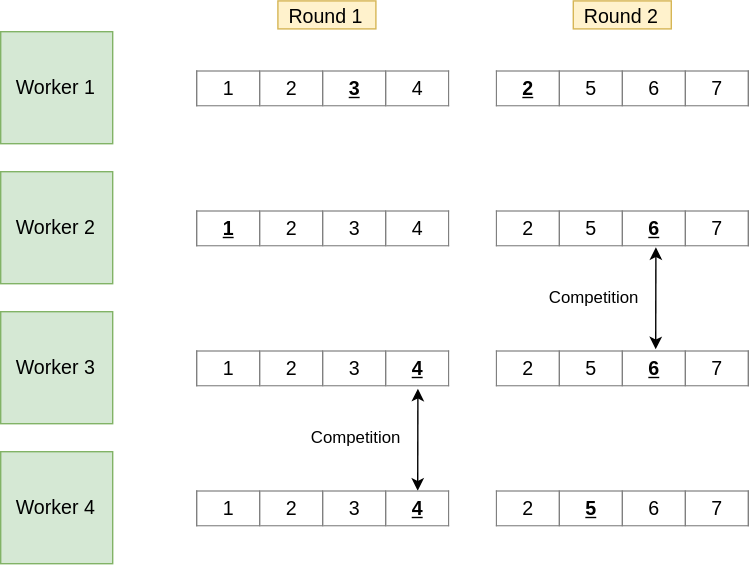
Before: static/queue02/optimized_optimistic.svg, a diagram exported from draw.io (ph4r05/devblog). Source tidied: cells renumbered, new cells last; positions are measured from the earlier drawing's top-left corner, leaving out a move shared by most shapes.
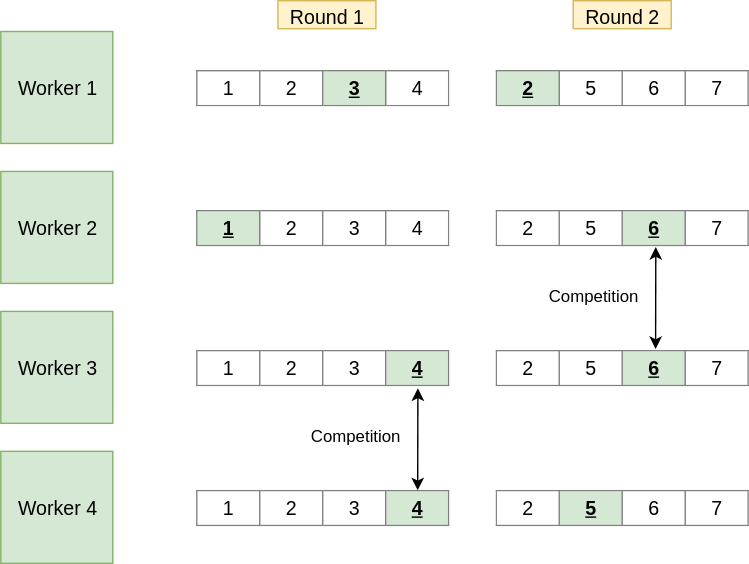
Later version of the same file.

Change to the diagram source:
```diff
@@ -1,4 +1,4 @@
-<mxGraphModel background="#ffffff">
+<mxGraphModel>
   <root>
     <mxCell id="0" />
     <mxCell id="1" parent="0" />
@@ -14,28 +14,28 @@
     <mxCell id="5" value="&lt;div style=&quot;text-align: center ; font-size: 14px&quot;&gt;&lt;span&gt;W&lt;font style=&quot;font-size: 14px&quot;&gt;orker 4&lt;/font&gt;&lt;/span&gt;&lt;/div&gt;" style="whiteSpace=wrap;html=1;shadow=0;comic=0;fillColor=#d5e8d4;align=center;strokeColor=#82b366;" parent="1" vertex="1">
       <mxGeometry y="322" width="80" height="80" as="geometry" />
     </mxCell>
-    <mxCell id="6" value="&lt;table border=&quot;1&quot; width=&quot;100%&quot; style=&quot;width: 100% ; height: 100% ; border-collapse: collapse&quot;&gt;&lt;tbody style=&quot;font-size: 14px&quot;&gt;&lt;tr&gt;&lt;td align=&quot;center&quot;&gt;&lt;font style=&quot;font-size: 14px&quot;&gt;1&lt;/font&gt;&lt;/td&gt;&lt;td align=&quot;center&quot;&gt;&lt;font style=&quot;font-size: 14px&quot;&gt;2&lt;/font&gt;&lt;/td&gt;&lt;td align=&quot;center&quot;&gt;&lt;b&gt;&lt;font style=&quot;font-size: 14px&quot;&gt;&lt;u&gt;3&lt;/u&gt;&lt;/font&gt;&lt;/b&gt;&lt;/td&gt;&lt;td&gt;&lt;font style=&quot;font-size: 14px&quot;&gt;4&lt;/font&gt;&lt;/td&gt;&lt;/tr&gt;&lt;/tbody&gt;&lt;/table&gt;" style="text;html=1;strokeColor=none;fillColor=none;overflow=fill;shadow=0;comic=0;align=center;" parent="1" vertex="1">
+    <mxCell id="6" value="&lt;table border=&quot;1&quot; width=&quot;100%&quot; style=&quot;width: 100% ; height: 100% ; border-collapse: collapse&quot;&gt;&lt;tbody style=&quot;font-size: 14px&quot;&gt;&lt;tr&gt;&lt;td align=&quot;center&quot;&gt;&lt;font style=&quot;font-size: 14px&quot;&gt;1&lt;/font&gt;&lt;/td&gt;&lt;td align=&quot;center&quot;&gt;&lt;font style=&quot;font-size: 14px&quot;&gt;2&lt;/font&gt;&lt;/td&gt;&lt;td align=&quot;center&quot; style=&quot;background-color: #d5e8d4&quot;&gt;&lt;b&gt;&lt;font style=&quot;font-size: 14px&quot;&gt;&lt;u&gt;3&lt;/u&gt;&lt;/font&gt;&lt;/b&gt;&lt;/td&gt;&lt;td&gt;&lt;font style=&quot;font-size: 14px&quot;&gt;4&lt;/font&gt;&lt;/td&gt;&lt;/tr&gt;&lt;/tbody&gt;&lt;/table&gt;" style="text;html=1;strokeColor=none;fillColor=none;overflow=fill;shadow=0;comic=0;align=center;" parent="1" vertex="1">
       <mxGeometry x="140" y="50" width="180" height="25" as="geometry" />
     </mxCell>
-    <mxCell id="7" value="&lt;table border=&quot;1&quot; width=&quot;100%&quot; style=&quot;width: 100% ; height: 100% ; border-collapse: collapse&quot;&gt;&lt;tbody style=&quot;font-size: 14px&quot;&gt;&lt;tr&gt;&lt;td align=&quot;center&quot;&gt;&lt;font style=&quot;font-size: 14px&quot;&gt;&lt;b&gt;&lt;u&gt;1&lt;/u&gt;&lt;/b&gt;&lt;/font&gt;&lt;/td&gt;&lt;td align=&quot;center&quot;&gt;&lt;font style=&quot;font-size: 14px&quot;&gt;2&lt;/font&gt;&lt;/td&gt;&lt;td align=&quot;center&quot;&gt;&lt;font style=&quot;font-size: 14px&quot;&gt;3&lt;/font&gt;&lt;/td&gt;&lt;td&gt;&lt;font style=&quot;font-size: 14px&quot;&gt;4&lt;/font&gt;&lt;/td&gt;&lt;/tr&gt;&lt;/tbody&gt;&lt;/table&gt;" style="text;html=1;strokeColor=none;fillColor=none;overflow=fill;shadow=0;comic=0;align=center;" parent="1" vertex="1">
+    <mxCell id="7" value="&lt;table border=&quot;1&quot; width=&quot;100%&quot; style=&quot;width: 100% ; height: 100% ; border-collapse: collapse&quot;&gt;&lt;tbody style=&quot;font-size: 14px&quot;&gt;&lt;tr&gt;&lt;td align=&quot;center&quot; style=&quot;background-color: #d5e8d4&quot;&gt;&lt;font style=&quot;font-size: 14px&quot;&gt;&lt;b&gt;&lt;u&gt;1&lt;/u&gt;&lt;/b&gt;&lt;/font&gt;&lt;/td&gt;&lt;td align=&quot;center&quot;&gt;&lt;font style=&quot;font-size: 14px&quot;&gt;2&lt;/font&gt;&lt;/td&gt;&lt;td align=&quot;center&quot;&gt;&lt;font style=&quot;font-size: 14px&quot;&gt;3&lt;/font&gt;&lt;/td&gt;&lt;td&gt;&lt;font style=&quot;font-size: 14px&quot;&gt;4&lt;/font&gt;&lt;/td&gt;&lt;/tr&gt;&lt;/tbody&gt;&lt;/table&gt;" style="text;html=1;strokeColor=none;fillColor=none;overflow=fill;shadow=0;comic=0;align=center;" parent="1" vertex="1">
       <mxGeometry x="140" y="150" width="180" height="25" as="geometry" />
     </mxCell>
-    <mxCell id="8" style="rounded=0;html=1;entryX=0.889;entryY=0;entryPerimeter=0;jettySize=auto;orthogonalLoop=1;startArrow=classic;startFill=1;" parent="1" edge="1">
-      <mxGeometry relative="1" as="geometry">
-        <mxPoint x="298" y="277" as="sourcePoint" />
-        <mxPoint x="297.9" y="349.9" as="targetPoint" />
-      </mxGeometry>
-    </mxCell>
-    <mxCell id="9" value="&lt;table border=&quot;1&quot; width=&quot;100%&quot; style=&quot;width: 100% ; height: 100% ; border-collapse: collapse&quot;&gt;&lt;tbody style=&quot;font-size: 14px&quot;&gt;&lt;tr&gt;&lt;td align=&quot;center&quot;&gt;&lt;font style=&quot;font-size: 14px&quot;&gt;1&lt;/font&gt;&lt;/td&gt;&lt;td align=&quot;center&quot;&gt;&lt;font style=&quot;font-size: 14px&quot;&gt;2&lt;/font&gt;&lt;/td&gt;&lt;td align=&quot;center&quot;&gt;&lt;font style=&quot;font-size: 14px&quot;&gt;3&lt;/font&gt;&lt;/td&gt;&lt;td&gt;&lt;font style=&quot;font-size: 14px&quot;&gt;&lt;b&gt;&lt;u&gt;4&lt;/u&gt;&lt;/b&gt;&lt;/font&gt;&lt;/td&gt;&lt;/tr&gt;&lt;/tbody&gt;&lt;/table&gt;" style="text;html=1;strokeColor=none;fillColor=none;overflow=fill;shadow=0;comic=0;align=center;" parent="1" vertex="1">
+    <mxCell id="9" value="&lt;table border=&quot;1&quot; width=&quot;100%&quot; style=&quot;width: 100% ; height: 100% ; border-collapse: collapse&quot;&gt;&lt;tbody style=&quot;font-size: 14px&quot;&gt;&lt;tr&gt;&lt;td align=&quot;center&quot;&gt;&lt;font style=&quot;font-size: 14px&quot;&gt;1&lt;/font&gt;&lt;/td&gt;&lt;td align=&quot;center&quot;&gt;&lt;font style=&quot;font-size: 14px&quot;&gt;2&lt;/font&gt;&lt;/td&gt;&lt;td align=&quot;center&quot;&gt;&lt;font style=&quot;font-size: 14px&quot;&gt;3&lt;/font&gt;&lt;/td&gt;&lt;td style=&quot;background-color: #d5e8d4&quot;&gt;&lt;font style=&quot;font-size: 14px&quot;&gt;&lt;b&gt;&lt;u&gt;4&lt;/u&gt;&lt;/b&gt;&lt;/font&gt;&lt;/td&gt;&lt;/tr&gt;&lt;/tbody&gt;&lt;/table&gt;" style="text;html=1;strokeColor=none;fillColor=none;overflow=fill;shadow=0;comic=0;align=center;" parent="1" vertex="1">
       <mxGeometry x="140" y="250" width="180" height="25" as="geometry" />
     </mxCell>
-    <mxCell id="10" value="&lt;table border=&quot;1&quot; width=&quot;100%&quot; style=&quot;width: 100% ; height: 100% ; border-collapse: collapse&quot;&gt;&lt;tbody style=&quot;font-size: 14px&quot;&gt;&lt;tr&gt;&lt;td align=&quot;center&quot;&gt;&lt;font style=&quot;font-size: 14px&quot;&gt;1&lt;/font&gt;&lt;/td&gt;&lt;td align=&quot;center&quot;&gt;&lt;font style=&quot;font-size: 14px&quot;&gt;2&lt;/font&gt;&lt;/td&gt;&lt;td align=&quot;center&quot;&gt;&lt;font style=&quot;font-size: 14px&quot;&gt;3&lt;/font&gt;&lt;/td&gt;&lt;td&gt;&lt;font style=&quot;font-size: 14px&quot;&gt;&lt;b&gt;&lt;u&gt;4&lt;/u&gt;&lt;/b&gt;&lt;/font&gt;&lt;/td&gt;&lt;/tr&gt;&lt;/tbody&gt;&lt;/table&gt;" style="text;html=1;strokeColor=none;fillColor=none;overflow=fill;shadow=0;comic=0;align=center;" parent="1" vertex="1">
+    <mxCell id="10" value="&lt;table border=&quot;1&quot; width=&quot;100%&quot; style=&quot;width: 100% ; height: 100% ; border-collapse: collapse&quot;&gt;&lt;tbody style=&quot;font-size: 14px&quot;&gt;&lt;tr&gt;&lt;td align=&quot;center&quot;&gt;&lt;font style=&quot;font-size: 14px&quot;&gt;1&lt;/font&gt;&lt;/td&gt;&lt;td align=&quot;center&quot;&gt;&lt;font style=&quot;font-size: 14px&quot;&gt;2&lt;/font&gt;&lt;/td&gt;&lt;td align=&quot;center&quot;&gt;&lt;font style=&quot;font-size: 14px&quot;&gt;3&lt;/font&gt;&lt;/td&gt;&lt;td style=&quot;background-color: #d5e8d4&quot;&gt;&lt;font style=&quot;font-size: 14px&quot;&gt;&lt;b&gt;&lt;u&gt;4&lt;/u&gt;&lt;/b&gt;&lt;/font&gt;&lt;/td&gt;&lt;/tr&gt;&lt;/tbody&gt;&lt;/table&gt;" style="text;html=1;strokeColor=none;fillColor=none;overflow=fill;shadow=0;comic=0;align=center;" parent="1" vertex="1">
       <mxGeometry x="140" y="350" width="180" height="25" as="geometry" />
     </mxCell>
+    <mxCell id="8" style="rounded=0;html=1;entryX=0.889;entryY=0;entryPerimeter=0;jettySize=auto;orthogonalLoop=1;startArrow=classic;startFill=1;" parent="1" edge="1">
+      <mxGeometry relative="1" as="geometry">
+        <mxPoint x="298" y="277" as="sourcePoint" />
+        <mxPoint x="297.9" y="349.9" as="targetPoint" />
+      </mxGeometry>
+    </mxCell>
     <mxCell id="11" value="Competition" style="text;html=1;align=left;verticalAlign=top;spacingTop=-4;" parent="1" vertex="1">
       <mxGeometry x="220" y="302" width="80" height="20" as="geometry" />
     </mxCell>
-    <mxCell id="12" value="&lt;table border=&quot;1&quot; width=&quot;100%&quot; style=&quot;width: 100% ; height: 100% ; border-collapse: collapse&quot;&gt;&lt;tbody style=&quot;font-size: 14px&quot;&gt;&lt;tr&gt;&lt;td align=&quot;center&quot;&gt;&lt;u&gt;&lt;b&gt;2&lt;/b&gt;&lt;/u&gt;&lt;/td&gt;&lt;td align=&quot;center&quot;&gt;5&lt;/td&gt;&lt;td align=&quot;center&quot;&gt;6&lt;/td&gt;&lt;td&gt;7&lt;/td&gt;&lt;/tr&gt;&lt;/tbody&gt;&lt;/table&gt;" style="text;html=1;strokeColor=none;fillColor=none;overflow=fill;shadow=0;comic=0;align=center;" parent="1" vertex="1">
+    <mxCell id="12" value="&lt;table border=&quot;1&quot; width=&quot;100%&quot; style=&quot;width: 100% ; height: 100% ; border-collapse: collapse&quot;&gt;&lt;tbody style=&quot;font-size: 14px&quot;&gt;&lt;tr&gt;&lt;td align=&quot;center&quot; style=&quot;background-color: #d5e8d4&quot;&gt;&lt;u&gt;&lt;b&gt;2&lt;/b&gt;&lt;/u&gt;&lt;/td&gt;&lt;td align=&quot;center&quot;&gt;5&lt;/td&gt;&lt;td align=&quot;center&quot;&gt;6&lt;/td&gt;&lt;td&gt;7&lt;/td&gt;&lt;/tr&gt;&lt;/tbody&gt;&lt;/table&gt;" style="text;html=1;strokeColor=none;fillColor=none;overflow=fill;shadow=0;comic=0;align=center;" parent="1" vertex="1">
       <mxGeometry x="354" y="50" width="180" height="25" as="geometry" />
     </mxCell>
     <mxCell id="13" value="&lt;div style=&quot;text-align: center&quot;&gt;&lt;span&gt;&lt;font style=&quot;font-size: 14px&quot;&gt;Round 1&lt;/font&gt;&lt;/span&gt;&lt;/div&gt;" style="text;html=1;align=center;verticalAlign=top;spacingTop=-4;fillColor=#fff2cc;strokeColor=#d6b656;" parent="1" vertex="1">
@@ -44,13 +44,13 @@
     <mxCell id="14" value="&lt;div style=&quot;text-align: center&quot;&gt;&lt;span&gt;&lt;font style=&quot;font-size: 14px&quot;&gt;Round 2&lt;/font&gt;&lt;/span&gt;&lt;/div&gt;" style="text;html=1;align=center;verticalAlign=top;spacingTop=-4;fillColor=#fff2cc;strokeColor=#d6b656;" parent="1" vertex="1">
       <mxGeometry x="409" width="70" height="20" as="geometry" />
     </mxCell>
-    <mxCell id="15" value="&lt;table border=&quot;1&quot; width=&quot;100%&quot; style=&quot;width: 100% ; height: 100% ; border-collapse: collapse&quot;&gt;&lt;tbody style=&quot;font-size: 14px&quot;&gt;&lt;tr&gt;&lt;td align=&quot;center&quot;&gt;2&lt;/td&gt;&lt;td align=&quot;center&quot;&gt;5&lt;/td&gt;&lt;td align=&quot;center&quot;&gt;&lt;b&gt;&lt;u&gt;6&lt;/u&gt;&lt;/b&gt;&lt;/td&gt;&lt;td&gt;7&lt;/td&gt;&lt;/tr&gt;&lt;/tbody&gt;&lt;/table&gt;" style="text;html=1;strokeColor=none;fillColor=none;overflow=fill;shadow=0;comic=0;align=center;" parent="1" vertex="1">
+    <mxCell id="15" value="&lt;table border=&quot;1&quot; width=&quot;100%&quot; style=&quot;width: 100% ; height: 100% ; border-collapse: collapse&quot;&gt;&lt;tbody style=&quot;font-size: 14px&quot;&gt;&lt;tr&gt;&lt;td align=&quot;center&quot;&gt;2&lt;/td&gt;&lt;td align=&quot;center&quot;&gt;5&lt;/td&gt;&lt;td align=&quot;center&quot; style=&quot;background-color: #d5e8d4&quot;&gt;&lt;b&gt;&lt;u&gt;6&lt;/u&gt;&lt;/b&gt;&lt;/td&gt;&lt;td&gt;7&lt;/td&gt;&lt;/tr&gt;&lt;/tbody&gt;&lt;/table&gt;" style="text;html=1;strokeColor=none;fillColor=none;overflow=fill;shadow=0;comic=0;align=center;" parent="1" vertex="1">
       <mxGeometry x="354" y="150" width="180" height="25" as="geometry" />
     </mxCell>
-    <mxCell id="16" value="&lt;table border=&quot;1&quot; width=&quot;100%&quot; style=&quot;width: 100% ; height: 100% ; border-collapse: collapse&quot;&gt;&lt;tbody style=&quot;font-size: 14px&quot;&gt;&lt;tr&gt;&lt;td align=&quot;center&quot;&gt;2&lt;/td&gt;&lt;td align=&quot;center&quot;&gt;5&lt;/td&gt;&lt;td align=&quot;center&quot;&gt;&lt;b&gt;&lt;u&gt;6&lt;/u&gt;&lt;/b&gt;&lt;/td&gt;&lt;td&gt;7&lt;/td&gt;&lt;/tr&gt;&lt;/tbody&gt;&lt;/table&gt;" style="text;html=1;strokeColor=none;fillColor=none;overflow=fill;shadow=0;comic=0;align=center;" parent="1" vertex="1">
+    <mxCell id="16" value="&lt;table border=&quot;1&quot; width=&quot;100%&quot; style=&quot;width: 100% ; height: 100% ; border-collapse: collapse&quot;&gt;&lt;tbody style=&quot;font-size: 14px&quot;&gt;&lt;tr&gt;&lt;td align=&quot;center&quot;&gt;2&lt;/td&gt;&lt;td align=&quot;center&quot;&gt;5&lt;/td&gt;&lt;td align=&quot;center&quot; style=&quot;background-color: #d5e8d4&quot;&gt;&lt;b&gt;&lt;u&gt;6&lt;/u&gt;&lt;/b&gt;&lt;/td&gt;&lt;td&gt;7&lt;/td&gt;&lt;/tr&gt;&lt;/tbody&gt;&lt;/table&gt;" style="text;html=1;strokeColor=none;fillColor=none;overflow=fill;shadow=0;comic=0;align=center;" parent="1" vertex="1">
       <mxGeometry x="354" y="250" width="180" height="25" as="geometry" />
     </mxCell>
-    <mxCell id="17" value="&lt;table border=&quot;1&quot; width=&quot;100%&quot; style=&quot;width: 100% ; height: 100% ; border-collapse: collapse&quot;&gt;&lt;tbody style=&quot;font-size: 14px&quot;&gt;&lt;tr&gt;&lt;td align=&quot;center&quot;&gt;2&lt;/td&gt;&lt;td align=&quot;center&quot;&gt;&lt;b&gt;&lt;u&gt;5&lt;/u&gt;&lt;/b&gt;&lt;/td&gt;&lt;td align=&quot;center&quot;&gt;6&lt;/td&gt;&lt;td&gt;7&lt;/td&gt;&lt;/tr&gt;&lt;/tbody&gt;&lt;/table&gt;" style="text;html=1;strokeColor=none;fillColor=none;overflow=fill;shadow=0;comic=0;align=center;" parent="1" vertex="1">
+    <mxCell id="17" value="&lt;table border=&quot;1&quot; width=&quot;100%&quot; style=&quot;width: 100% ; height: 100% ; border-collapse: collapse&quot;&gt;&lt;tbody style=&quot;font-size: 14px&quot;&gt;&lt;tr&gt;&lt;td align=&quot;center&quot;&gt;2&lt;/td&gt;&lt;td align=&quot;center&quot; style=&quot;background-color: #d5e8d4&quot;&gt;&lt;b&gt;&lt;u&gt;5&lt;/u&gt;&lt;/b&gt;&lt;/td&gt;&lt;td align=&quot;center&quot;&gt;6&lt;/td&gt;&lt;td&gt;7&lt;/td&gt;&lt;/tr&gt;&lt;/tbody&gt;&lt;/table&gt;" style="text;html=1;strokeColor=none;fillColor=none;overflow=fill;shadow=0;comic=0;align=center;" parent="1" vertex="1">
       <mxGeometry x="354" y="350" width="180" height="25" as="geometry" />
     </mxCell>
     <mxCell id="18" style="rounded=0;html=1;entryX=0.889;entryY=0;entryPerimeter=0;jettySize=auto;orthogonalLoop=1;startArrow=classic;startFill=1;" parent="1" edge="1">
```
